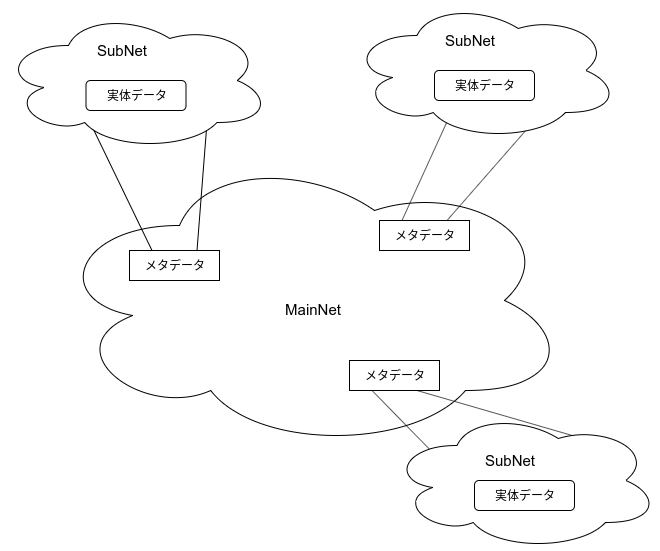
Before: assets/image/image.png, a diagram exported from draw.io (shinyoshiaki/thesis). Source tidied: cells renumbered, new cells last; positions are measured from the earlier drawing's top-left corner, leaving out a move shared by most shapes.
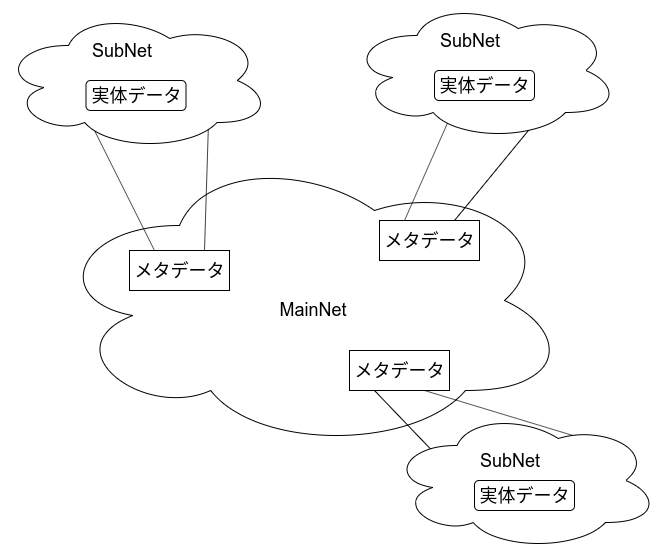
After the change.

Diff of the diagram source:
```diff
@@ -2,85 +2,85 @@
   <root>
     <mxCell id="0" />
     <mxCell id="1" parent="0" />
-    <mxCell id="2" style="ellipse;shape=cloud;whiteSpace=wrap;html=1;" parent="1" vertex="1">
+    <mxCell id="2" style="ellipse;shape=cloud;whiteSpace=wrap;html=1;fontSize=18;" parent="1" vertex="1">
       <mxGeometry x="48" y="150" width="520" height="300" as="geometry" />
     </mxCell>
-    <mxCell id="3" value="メタデータ" style="rounded=0;whiteSpace=wrap;html=1;" parent="1" vertex="1">
-      <mxGeometry x="128" y="250" width="90" height="30" as="geometry" />
+    <mxCell id="3" value="メタデータ" style="rounded=0;whiteSpace=wrap;html=1;fontSize=18;" parent="1" vertex="1">
+      <mxGeometry x="128" y="250" width="100" height="40" as="geometry" />
     </mxCell>
-    <mxCell id="4" style="endArrow=none;html=1;entryX=0.25;entryY=0;entryDx=0;entryDy=0;" parent="1" edge="1" target="3">
+    <mxCell id="4" style="endArrow=none;html=1;entryX=0.25;entryY=0;entryDx=0;entryDy=0;fontSize=18;" parent="1" edge="1" target="3">
       <mxGeometry relative="1" as="geometry">
         <mxPoint x="78" y="100" as="sourcePoint" />
       </mxGeometry>
     </mxCell>
-    <mxCell id="5" style="endArrow=none;html=1;entryX=0.75;entryY=0;entryDx=0;entryDy=0;" parent="1" edge="1" target="3">
+    <mxCell id="5" style="endArrow=none;html=1;entryX=0.75;entryY=0;entryDx=0;entryDy=0;fontSize=18;" parent="1" edge="1" target="3">
       <mxGeometry relative="1" as="geometry">
         <mxPoint x="208" y="90" as="sourcePoint" />
       </mxGeometry>
     </mxCell>
-    <mxCell id="6" value="&lt;font style=&quot;font-size: 15px&quot;&gt;MainNet&lt;/font&gt;" style="text;html=1;strokeColor=none;fillColor=none;align=center;verticalAlign=middle;whiteSpace=wrap;rounded=0;" parent="1" vertex="1">
+    <mxCell id="6" value="&lt;font style=&quot;font-size: 18px;&quot;&gt;MainNet&lt;/font&gt;" style="text;html=1;strokeColor=none;fillColor=none;align=center;verticalAlign=middle;whiteSpace=wrap;rounded=0;fontSize=18;" parent="1" vertex="1">
       <mxGeometry x="246.5" y="299" width="130" height="20" as="geometry" />
     </mxCell>
-    <mxCell id="7" value="メタデータ" style="rounded=0;whiteSpace=wrap;html=1;" parent="1" vertex="1">
-      <mxGeometry x="378" y="220" width="90" height="30" as="geometry" />
+    <mxCell id="7" value="メタデータ" style="rounded=0;whiteSpace=wrap;html=1;fontSize=18;" parent="1" vertex="1">
+      <mxGeometry x="378" y="220" width="100" height="40" as="geometry" />
     </mxCell>
-    <mxCell id="8" style="group;" parent="1" vertex="1">
+    <mxCell id="8" style="group;fontSize=18;" parent="1" vertex="1">
       <mxGeometry x="-0.5" y="10" width="270" height="140" as="geometry" />
     </mxCell>
-    <mxCell id="9" style="ellipse;shape=cloud;whiteSpace=wrap;html=1;" parent="8" vertex="1">
+    <mxCell id="9" style="ellipse;shape=cloud;whiteSpace=wrap;html=1;fontSize=18;" parent="8" vertex="1">
       <mxGeometry width="270" height="140" as="geometry" />
     </mxCell>
-    <mxCell id="10" value="実体データ" style="rounded=1;whiteSpace=wrap;html=1;" parent="8" vertex="1">
+    <mxCell id="10" value="実体データ" style="rounded=1;whiteSpace=wrap;html=1;fontSize=18;" parent="8" vertex="1">
       <mxGeometry x="85" y="70" width="100" height="30" as="geometry" />
     </mxCell>
-    <mxCell id="11" value="&lt;font style=&quot;font-size: 15px&quot;&gt;SubNet&lt;/font&gt;" style="text;html=1;strokeColor=none;fillColor=none;align=center;verticalAlign=middle;whiteSpace=wrap;rounded=0;" parent="8" vertex="1">
+    <mxCell id="11" value="&lt;font style=&quot;font-size: 18px;&quot;&gt;SubNet&lt;/font&gt;" style="text;html=1;strokeColor=none;fillColor=none;align=center;verticalAlign=middle;whiteSpace=wrap;rounded=0;fontSize=18;" parent="8" vertex="1">
       <mxGeometry x="55" y="30" width="130" height="20" as="geometry" />
     </mxCell>
-    <mxCell id="12" style="endArrow=none;html=1;entryX=0.25;entryY=0;entryDx=0;entryDy=0;" parent="1" edge="1" target="7">
+    <mxCell id="12" style="endArrow=none;html=1;entryX=0.25;entryY=0;entryDx=0;entryDy=0;fontSize=18;" parent="1" edge="1" target="7">
       <mxGeometry relative="1" as="geometry">
         <mxPoint x="478" y="50" as="sourcePoint" />
       </mxGeometry>
     </mxCell>
-    <mxCell id="13" style="endArrow=none;html=1;entryX=0.75;entryY=0;entryDx=0;entryDy=0;" parent="1" edge="1" target="7">
+    <mxCell id="13" style="endArrow=none;html=1;entryX=0.75;entryY=0;entryDx=0;entryDy=0;fontSize=18;" parent="1" edge="1" target="7">
       <mxGeometry relative="1" as="geometry">
         <mxPoint x="568" y="80" as="sourcePoint" />
       </mxGeometry>
     </mxCell>
-    <mxCell id="14" style="group;" parent="1" vertex="1">
+    <mxCell id="14" style="group;fontSize=18;" parent="1" vertex="1">
       <mxGeometry x="348" width="270" height="140" as="geometry" />
     </mxCell>
-    <mxCell id="15" style="ellipse;shape=cloud;whiteSpace=wrap;html=1;" parent="14" vertex="1">
+    <mxCell id="15" style="ellipse;shape=cloud;whiteSpace=wrap;html=1;fontSize=18;" parent="14" vertex="1">
       <mxGeometry width="270" height="140" as="geometry" />
     </mxCell>
-    <mxCell id="16" value="実体データ" style="rounded=1;whiteSpace=wrap;html=1;" parent="14" vertex="1">
+    <mxCell id="16" value="実体データ" style="rounded=1;whiteSpace=wrap;html=1;fontSize=18;" parent="14" vertex="1">
       <mxGeometry x="85" y="70" width="100" height="30" as="geometry" />
     </mxCell>
-    <mxCell id="17" value="&lt;font style=&quot;font-size: 15px&quot;&gt;SubNet&lt;/font&gt;" style="text;html=1;strokeColor=none;fillColor=none;align=center;verticalAlign=middle;whiteSpace=wrap;rounded=0;" parent="14" vertex="1">
+    <mxCell id="17" value="&lt;font style=&quot;font-size: 18px;&quot;&gt;SubNet&lt;/font&gt;" style="text;html=1;strokeColor=none;fillColor=none;align=center;verticalAlign=middle;whiteSpace=wrap;rounded=0;fontSize=18;" parent="14" vertex="1">
       <mxGeometry x="55" y="30" width="130" height="20" as="geometry" />
     </mxCell>
-    <mxCell id="18" value="メタデータ" style="rounded=0;whiteSpace=wrap;html=1;" parent="1" vertex="1">
-      <mxGeometry x="348" y="360" width="90" height="30" as="geometry" />
+    <mxCell id="18" value="メタデータ" style="rounded=0;whiteSpace=wrap;html=1;fontSize=18;" parent="1" vertex="1">
+      <mxGeometry x="348" y="350" width="100" height="40" as="geometry" />
     </mxCell>
-    <mxCell id="19" style="endArrow=none;html=1;entryX=0.25;entryY=1;entryDx=0;entryDy=0;" parent="1" edge="1" target="18">
+    <mxCell id="19" style="endArrow=none;html=1;entryX=0.25;entryY=1;entryDx=0;entryDy=0;fontSize=18;" parent="1" edge="1" target="18">
       <mxGeometry relative="1" as="geometry">
         <mxPoint x="488" y="510" as="sourcePoint" />
       </mxGeometry>
     </mxCell>
-    <mxCell id="20" style="endArrow=none;html=1;entryX=0.75;entryY=1;entryDx=0;entryDy=0;" parent="1" edge="1" target="18">
+    <mxCell id="20" style="endArrow=none;html=1;entryX=0.75;entryY=1;entryDx=0;entryDy=0;fontSize=18;" parent="1" edge="1" target="18">
       <mxGeometry relative="1" as="geometry">
         <mxPoint x="588" y="440" as="sourcePoint" />
       </mxGeometry>
     </mxCell>
-    <mxCell id="21" style="group;" parent="1" vertex="1">
+    <mxCell id="21" style="group;fontSize=18;" parent="1" vertex="1">
       <mxGeometry x="388" y="410" width="270" height="140" as="geometry" />
     </mxCell>
-    <mxCell id="22" style="ellipse;shape=cloud;whiteSpace=wrap;html=1;" parent="21" vertex="1">
+    <mxCell id="22" style="ellipse;shape=cloud;whiteSpace=wrap;html=1;fontSize=18;" parent="21" vertex="1">
       <mxGeometry width="270" height="140" as="geometry" />
     </mxCell>
-    <mxCell id="23" value="実体データ" style="rounded=1;whiteSpace=wrap;html=1;" parent="21" vertex="1">
+    <mxCell id="23" value="実体データ" style="rounded=1;whiteSpace=wrap;html=1;fontSize=18;" parent="21" vertex="1">
       <mxGeometry x="85" y="70" width="100" height="30" as="geometry" />
     </mxCell>
-    <mxCell id="24" value="&lt;font style=&quot;font-size: 15px&quot;&gt;SubNet&lt;/font&gt;" style="text;html=1;strokeColor=none;fillColor=none;align=center;verticalAlign=middle;whiteSpace=wrap;rounded=0;" parent="21" vertex="1">
+    <mxCell id="24" value="&lt;font style=&quot;font-size: 18px;&quot;&gt;SubNet&lt;/font&gt;" style="text;html=1;strokeColor=none;fillColor=none;align=center;verticalAlign=middle;whiteSpace=wrap;rounded=0;fontSize=18;" parent="21" vertex="1">
       <mxGeometry x="55" y="40" width="130" height="20" as="geometry" />
     </mxCell>
   </root>
```
